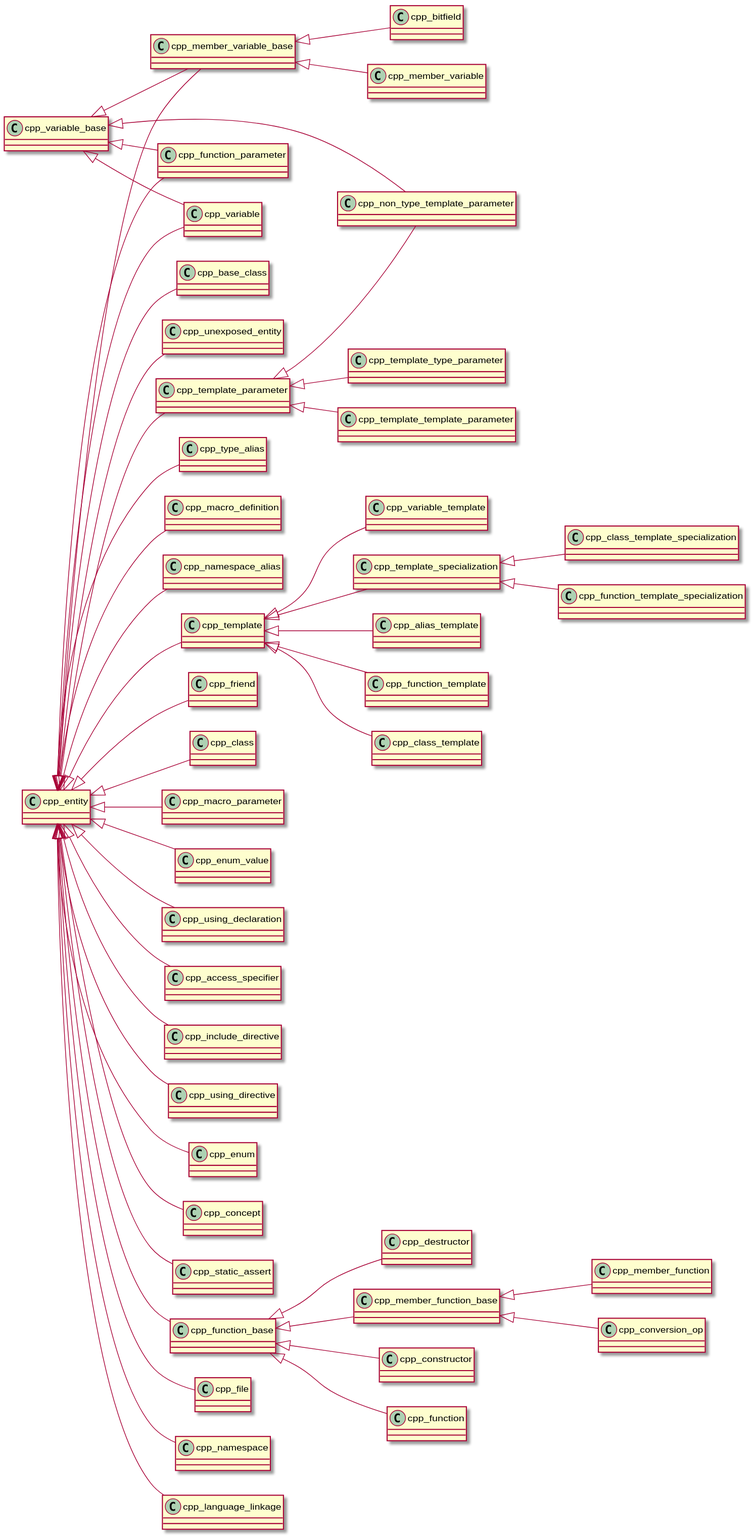
Earlier version of the PlantUML export cppast/puml/cpp_entity_class_hierarchy_diagram.svg (bkryza/clang-uml-examples).
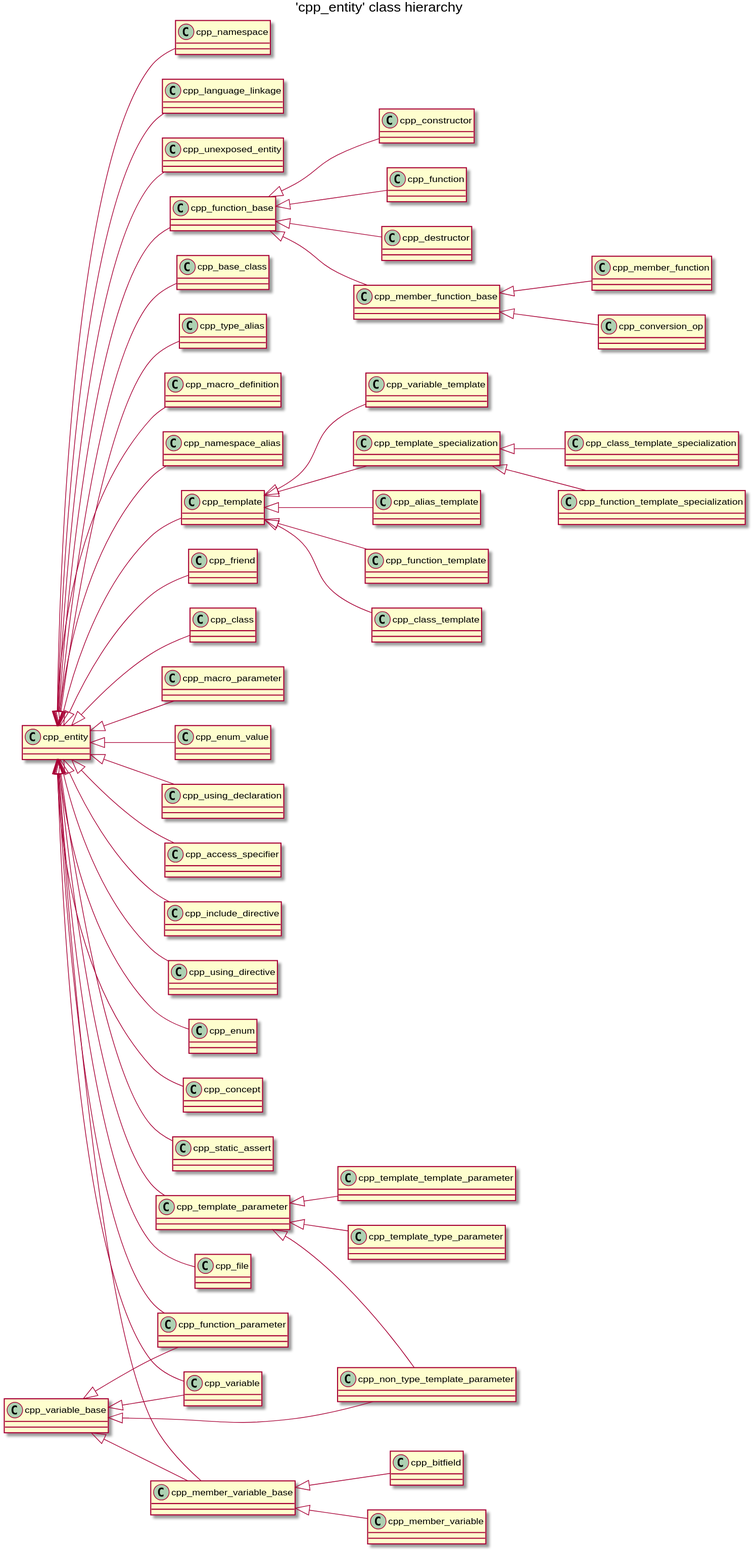
After the change.

Change to the diagram source:
```diff
@@ -1,39 +1,16 @@
 @startuml
+title 'cpp_entity' class hierarchy
 left to right direction
-class "cpp_entity" as C_0001854695372332280903
-class C_0001854695372332280903 [[https://github.com/foonathan/cppast/blob/f00df6675d87c6983033d270728c57a55cd3db22/include/cppast/cpp_entity.hpp#L47{cpp_entity}]] {
-__
-}
-class "cpp_unexposed_entity" as C_0001449857709503654826
-class C_0001449857709503654826 [[https://github.com/foonathan/cppast/blob/f00df6675d87c6983033d270728c57a55cd3db22/include/cppast/cpp_entity.hpp#L187{cpp_unexposed_entity}]] {
-__
-}
-class "cpp_variable_base" as C_0000184600132526931259
-class C_0000184600132526931259 [[https://github.com/foonathan/cppast/blob/f00df6675d87c6983033d270728c57a55cd3db22/include/cppast/cpp_variable_base.hpp#L16{cpp_variable_base}]] {
-__
-}
-class "cpp_template_parameter" as C_0001158442798649543268
-class C_0001158442798649543268 [[https://github.com/foonathan/cppast/blob/f00df6675d87c6983033d270728c57a55cd3db22/include/cppast/cpp_template_parameter.hpp#L17{cpp_template_parameter}]] {
-__
-}
-class "cpp_template_type_parameter" as C_0001672854013158225149
-class C_0001672854013158225149 [[https://github.com/foonathan/cppast/blob/f00df6675d87c6983033d270728c57a55cd3db22/include/cppast/cpp_template_parameter.hpp#L47{cpp_template_type_parameter}]] {
-__
-}
-class "cpp_non_type_template_parameter" as C_0001461284658212381765
-class C_0001461284658212381765 [[https://github.com/foonathan/cppast/blob/f00df6675d87c6983033d270728c57a55cd3db22/include/cppast/cpp_template_parameter.hpp#L137{cpp_non_type_template_parameter}]] {
-__
-}
-class "cpp_template_template_parameter" as C_0000753898560016921202
-class C_0000753898560016921202 [[https://github.com/foonathan/cppast/blob/f00df6675d87c6983033d270728c57a55cd3db22/include/cppast/cpp_template_parameter.hpp#L173{cpp_template_template_parameter}]] {
-__
-}
 class "cpp_template" as C_0000007122300671081288
 class C_0000007122300671081288 [[https://github.com/foonathan/cppast/blob/f00df6675d87c6983033d270728c57a55cd3db22/include/cppast/cppast_fwd.hpp#L61{cpp_template}]] {
 __
 }
 class "cpp_constructor" as C_0000093026110207222749
 class C_0000093026110207222749 [[https://github.com/foonathan/cppast/blob/f00df6675d87c6983033d270728c57a55cd3db22/include/cppast/cppast_fwd.hpp#L24{cpp_constructor}]] {
+__
+}
+class "cpp_variable_base" as C_0000184600132526931259
+class C_0000184600132526931259 [[https://github.com/foonathan/cppast/blob/f00df6675d87c6983033d270728c57a55cd3db22/include/cppast/cppast_fwd.hpp#L79{cpp_variable_base}]] {
 __
 }
 class "cpp_member_function" as C_0000204784596342006018
@@ -80,6 +57,10 @@
 class C_0000710886303767961620 [[https://github.com/foonathan/cppast/blob/f00df6675d87c6983033d270728c57a55cd3db22/include/cppast/cppast_fwd.hpp#L45{cpp_include_directive}]] {
 __
 }
+class "cpp_template_template_parameter" as C_0000753898560016921202
+class C_0000753898560016921202 [[https://github.com/foonathan/cppast/blob/f00df6675d87c6983033d270728c57a55cd3db22/include/cppast/cppast_fwd.hpp#L67{cpp_template_template_parameter}]] {
+__
+}
 class "cpp_using_directive" as C_0000884493087412892762
 class C_0000884493087412892762 [[https://github.com/foonathan/cppast/blob/f00df6675d87c6983033d270728c57a55cd3db22/include/cppast/cppast_fwd.hpp#L77{cpp_using_directive}]] {
 __
@@ -108,6 +89,10 @@
 class C_0001142080746427367264 [[https://github.com/foonathan/cppast/blob/f00df6675d87c6983033d270728c57a55cd3db22/include/cppast/cppast_fwd.hpp#L18{cpp_bitfield}]] {
 __
 }
+class "cpp_template_parameter" as C_0001158442798649543268
+class C_0001158442798649543268 [[https://github.com/foonathan/cppast/blob/f00df6675d87c6983033d270728c57a55cd3db22/include/cppast/cppast_fwd.hpp#L64{cpp_template_parameter}]] {
+__
+}
 class "cpp_function_base" as C_0001223070325447825853
 class C_0001223070325447825853 [[https://github.com/foonathan/cppast/blob/f00df6675d87c6983033d270728c57a55cd3db22/include/cppast/cppast_fwd.hpp#L40{cpp_function_base}]] {
 __
@@ -132,8 +117,16 @@
 class C_0001368865032388034918 [[https://github.com/foonathan/cppast/blob/f00df6675d87c6983033d270728c57a55cd3db22/include/cppast/cppast_fwd.hpp#L46{cpp_language_linkage}]] {
 __
 }
+class "cpp_unexposed_entity" as C_0001449857709503654826
+class C_0001449857709503654826 [[https://github.com/foonathan/cppast/blob/f00df6675d87c6983033d270728c57a55cd3db22/include/cppast/cppast_fwd.hpp#L72{cpp_unexposed_entity}]] {
+__
+}
 class "cpp_function_template" as C_0001450758198445278335
 class C_0001450758198445278335 [[https://github.com/foonathan/cppast/blob/f00df6675d87c6983033d270728c57a55cd3db22/include/cppast/cppast_fwd.hpp#L42{cpp_function_template}]] {
+__
+}
+class "cpp_non_type_template_parameter" as C_0001461284658212381765
+class C_0001461284658212381765 [[https://github.com/foonathan/cppast/blob/f00df6675d87c6983033d270728c57a55cd3db22/include/cppast/cppast_fwd.hpp#L56{cpp_non_type_template_parameter}]] {
 __
 }
 class "cpp_base_class" as C_0001513295345096619386
@@ -152,6 +145,10 @@
 class C_0001660861710076468858 [[https://github.com/foonathan/cppast/blob/f00df6675d87c6983033d270728c57a55cd3db22/include/cppast/cppast_fwd.hpp#L48{cpp_macro_definition}]] {
 __
 }
+class "cpp_template_type_parameter" as C_0001672854013158225149
+class C_0001672854013158225149 [[https://github.com/foonathan/cppast/blob/f00df6675d87c6983033d270728c57a55cd3db22/include/cppast/cppast_fwd.hpp#L68{cpp_template_type_parameter}]] {
+__
+}
 class "cpp_variable" as C_0001714681292788161746
 class C_0001714681292788161746 [[https://github.com/foonathan/cppast/blob/f00df6675d87c6983033d270728c57a55cd3db22/include/cppast/cppast_fwd.hpp#L78{cpp_variable}]] {
 __
@@ -168,6 +165,10 @@
 class C_0001783488486496950492 [[https://github.com/foonathan/cppast/blob/f00df6675d87c6983033d270728c57a55cd3db22/include/cppast/cppast_fwd.hpp#L51{cpp_member_function_base}]] {
 __
 }
+class "cpp_entity" as C_0001854695372332280903
+class C_0001854695372332280903 [[https://github.com/foonathan/cppast/blob/f00df6675d87c6983033d270728c57a55cd3db22/include/cppast/cppast_fwd.hpp#L31{cpp_entity}]] {
+__
+}
 class "cpp_function_template_specialization" as C_0001912174880347917630
 class C_0001912174880347917630 [[https://github.com/foonathan/cppast/blob/f00df6675d87c6983033d270728c57a55cd3db22/include/cppast/cppast_fwd.hpp#L43{cpp_function_template_specialization}]] {
 __
@@ -180,12 +181,6 @@
 class C_0000173412889635012893 [[https://github.com/foonathan/cppast/blob/f00df6675d87c6983033d270728c57a55cd3db22/include/cppast/cpp_namespace.hpp#L102{cpp_namespace_alias}]] {
 __
 }
-C_0001854695372332280903 <|-- C_0001449857709503654826
-C_0001854695372332280903 <|-- C_0001158442798649543268
-C_0001158442798649543268 <|-- C_0001672854013158225149
-C_0001158442798649543268 <|-- C_0001461284658212381765
-C_0000184600132526931259 <|-- C_0001461284658212381765
-C_0001158442798649543268 <|-- C_0000753898560016921202
 C_0001854695372332280903 <|-- C_0000007122300671081288
 C_0001223070325447825853 <|-- C_0000093026110207222749
 C_0001783488486496950492 <|-- C_0000204784596342006018
@@ -199,6 +194,7 @@
 C_0001854695372332280903 <|-- C_0000609158070514656735
 C_0001854695372332280903 <|-- C_0000706843607037461153
 C_0001854695372332280903 <|-- C_0000710886303767961620
+C_0001158442798649543268 <|-- C_0000753898560016921202
 C_0001854695372332280903 <|-- C_0000884493087412892762
 C_0001854695372332280903 <|-- C_0000914084519342392608
 C_0000007122300671081288 <|-- C_0000949738581869538757
@@ -206,6 +202,7 @@
 C_0001223070325447825853 <|-- C_0001029800296375209800
 C_0001854695372332280903 <|-- C_0001035636844572508781
 C_0001290905484738066347 <|-- C_0001142080746427367264
+C_0001854695372332280903 <|-- C_0001158442798649543268
 C_0001854695372332280903 <|-- C_0001223070325447825853
 C_0001854695372332280903 <|-- C_0001248593507051490272
 C_0001854695372332280903 <|-- C_0001290905484738066347
@@ -214,11 +211,15 @@
 C_0001854695372332280903 <|-- C_0001352597003719961343
 C_0000184600132526931259 <|-- C_0001352597003719961343
 C_0001854695372332280903 <|-- C_0001368865032388034918
+C_0001854695372332280903 <|-- C_0001449857709503654826
 C_0000007122300671081288 <|-- C_0001450758198445278335
+C_0001158442798649543268 <|-- C_0001461284658212381765
+C_0000184600132526931259 <|-- C_0001461284658212381765
 C_0001854695372332280903 <|-- C_0001513295345096619386
 C_0001223070325447825853 <|-- C_0001522207092676876515
 C_0001854695372332280903 <|-- C_0001652684387667767114
 C_0001854695372332280903 <|-- C_0001660861710076468858
+C_0001158442798649543268 <|-- C_0001672854013158225149
 C_0001854695372332280903 <|-- C_0001714681292788161746
 C_0000184600132526931259 <|-- C_0001714681292788161746
 C_0001783488486496950492 <|-- C_0001746973142219232442
```
